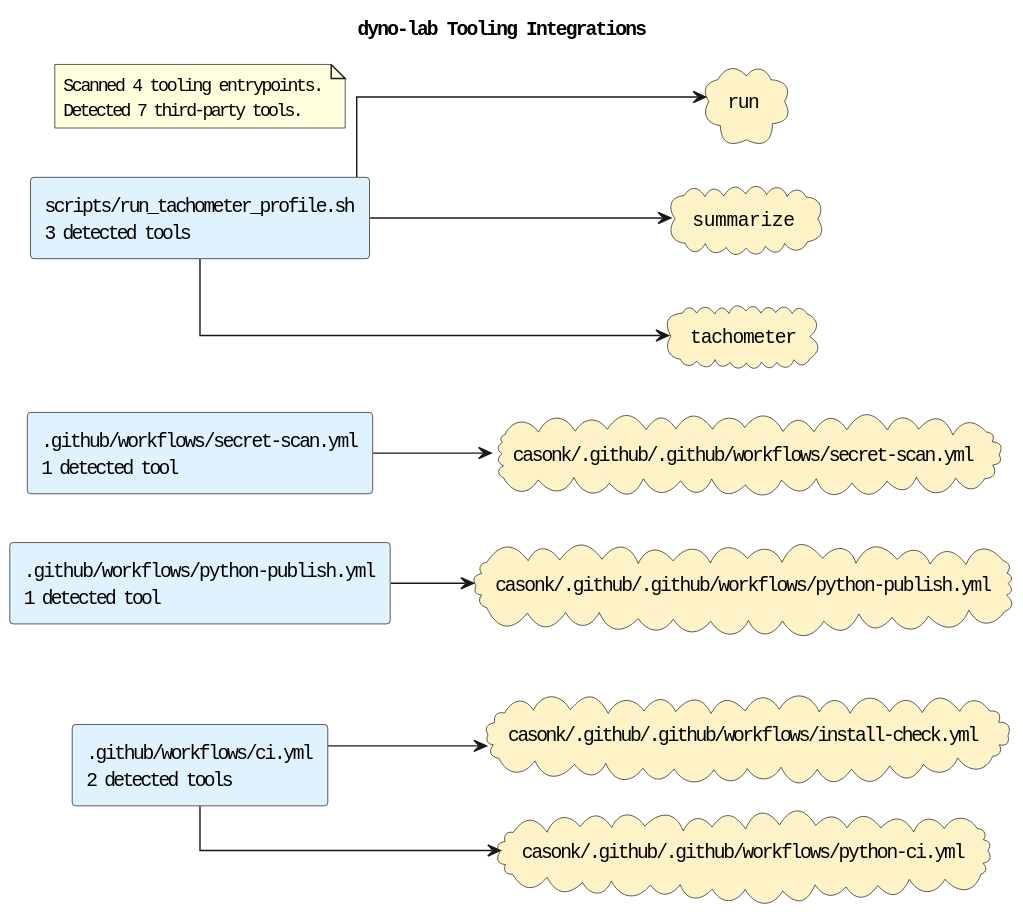
This is docs/diagrams/tooling-integrations.puml.svg from casonk/dyno-lab, a PlantUML export, as it was before one commit.
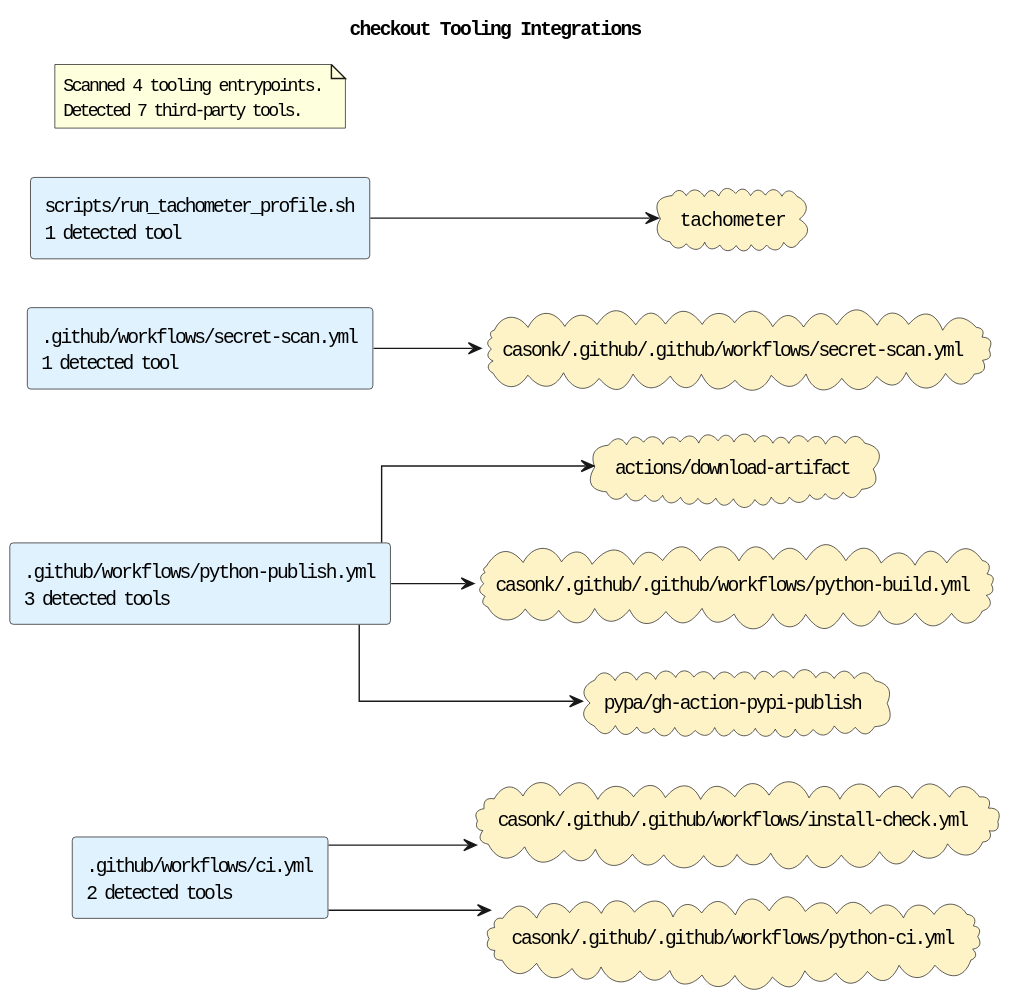
Above is the later version.

Change to the diagram source:
```diff
@@ -1,27 +1,27 @@
 @startuml
-title dyno-lab Tooling Integrations
+title checkout Tooling Integrations
 left to right direction
 skinparam shadowing false
 skinparam defaultFontName Monospace
 skinparam componentStyle rectangle
 skinparam linetype ortho
 rectangle ".github/workflows/ci.yml\n2 detected tools" as source_github_workflows_ci_yml #E0F2FE
-rectangle ".github/workflows/python-publish.yml\n1 detected tool" as source_github_workflows_python_publish_yml #E0F2FE
+rectangle ".github/workflows/python-publish.yml\n3 detected tools" as source_github_workflows_python_publish_yml #E0F2FE
 rectangle ".github/workflows/secret-scan.yml\n1 detected tool" as source_github_workflows_secret_scan_yml #E0F2FE
-rectangle "scripts/run_tachometer_profile.sh\n3 detected tools" as source_scripts_run_tachometer_profile_sh #E0F2FE
+rectangle "scripts/run_tachometer_profile.sh\n1 detected tool" as source_scripts_run_tachometer_profile_sh #E0F2FE
+cloud "actions/download-artifact" as tool_actions_download_artifact #FEF3C7
 cloud "casonk/.github/.github/workflows/install-check.yml" as tool_casonk_github_github_workflows_install_check_yml #FEF3C7
+cloud "casonk/.github/.github/workflows/python-build.yml" as tool_casonk_github_github_workflows_python_build_yml #FEF3C7
 cloud "casonk/.github/.github/workflows/python-ci.yml" as tool_casonk_github_github_workflows_python_ci_yml #FEF3C7
-cloud "casonk/.github/.github/workflows/python-publish.yml" as tool_casonk_github_github_workflows_python_publish_yml #FEF3C7
 cloud "casonk/.github/.github/workflows/secret-scan.yml" as tool_casonk_github_github_workflows_secret_scan_yml #FEF3C7
-cloud "run" as tool_run #FEF3C7
-cloud "summarize" as tool_summarize #FEF3C7
+cloud "pypa/gh-action-pypi-publish" as tool_pypa_gh_action_pypi_publish #FEF3C7
 cloud "tachometer" as tool_tachometer #FEF3C7
 source_github_workflows_ci_yml --> tool_casonk_github_github_workflows_install_check_yml
 source_github_workflows_ci_yml --> tool_casonk_github_github_workflows_python_ci_yml
-source_github_workflows_python_publish_yml --> tool_casonk_github_github_workflows_python_publish_yml
+source_github_workflows_python_publish_yml --> tool_actions_download_artifact
+source_github_workflows_python_publish_yml --> tool_casonk_github_github_workflows_python_build_yml
+source_github_workflows_python_publish_yml --> tool_pypa_gh_action_pypi_publish
 source_github_workflows_secret_scan_yml --> tool_casonk_github_github_workflows_secret_scan_yml
-source_scripts_run_tachometer_profile_sh --> tool_run
-source_scripts_run_tachometer_profile_sh --> tool_summarize
 source_scripts_run_tachometer_profile_sh --> tool_tachometer
 note as toolingGraphSummary
 Scanned 4 tooling entrypoints.
```
